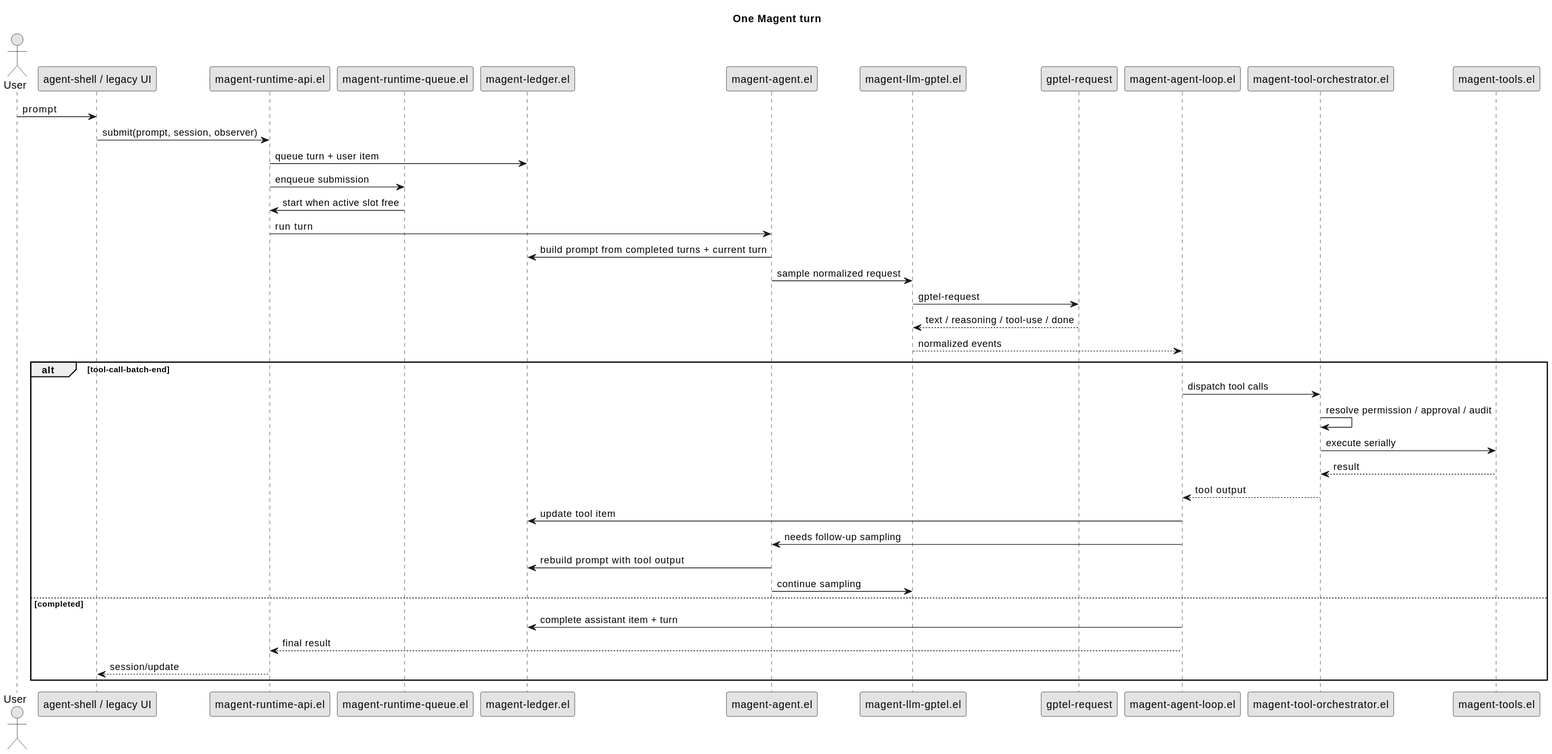
This is docs/assets/img/diagrams/one-magent-turn.svg from Jamie-Cui/magent, a PlantUML export, as it was before one commit.
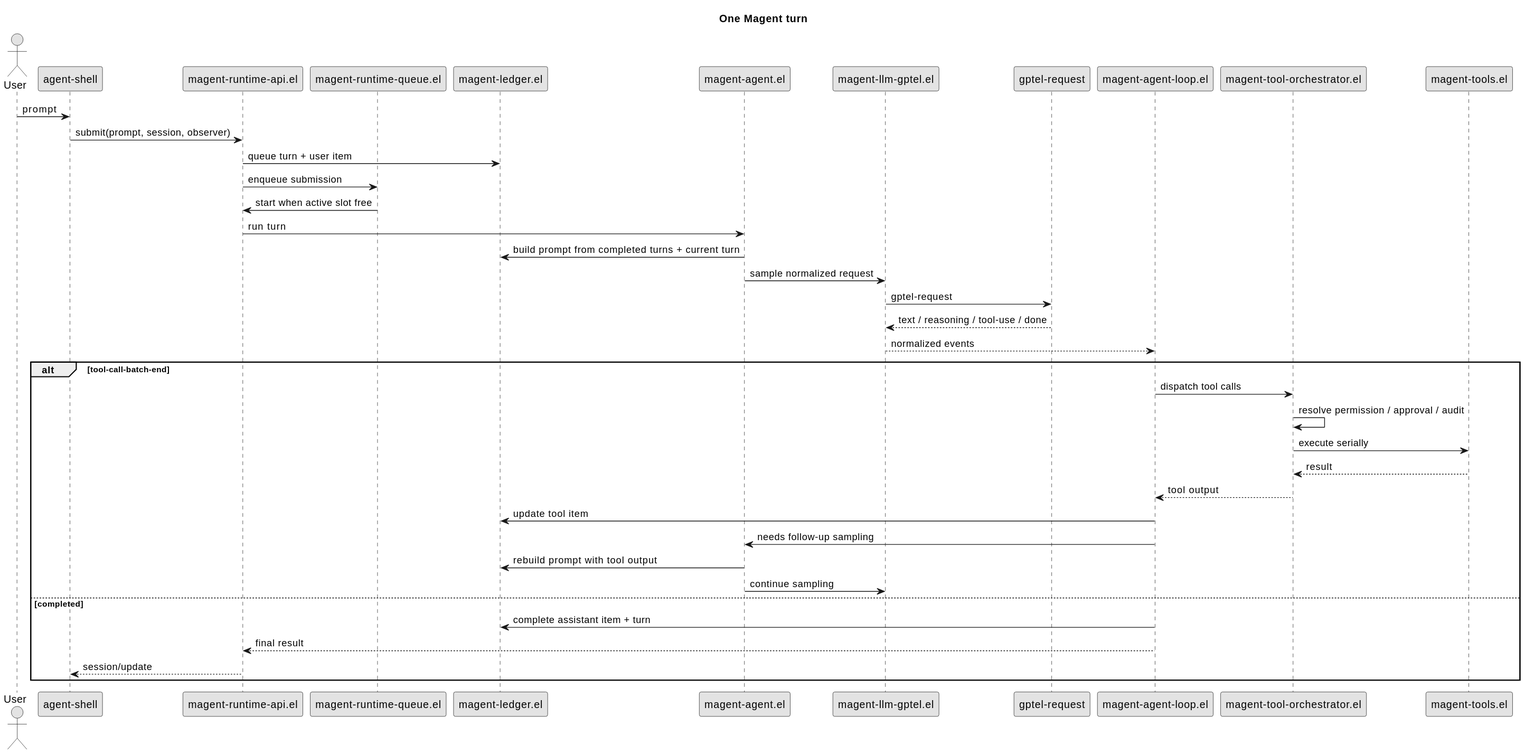
After the commit.

Diff of the diagram source:
```diff
@@ -4,7 +4,7 @@
 skinparam shadowing false
 
 actor User
-participant "agent-shell / legacy UI" as UI
+participant "agent-shell" as UI
 participant "magent-runtime-api.el" as Runtime
 participant "magent-runtime-queue.el" as Queue
 participant "magent-ledger.el" as Ledger
```
